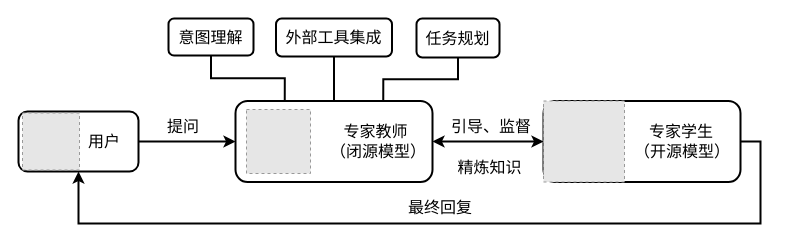
real-jiakai/draw keeps this draw.io diagram as diagrams/coordination_of_the_expert_teacher_model_and_the_expert_student_model.drawio. Above is the earlier version. Source tidied: cells renumbered, new cells numbered last; positions are measured from the earlier drawing's top-left corner, leaving out a move shared by most shapes. Both pictures are drawn from the tidied source at 100%, with x=0, y=0 at pixel (18, 18). Pictures stored in the file or linked from it are replaced by grey dashed boxes.
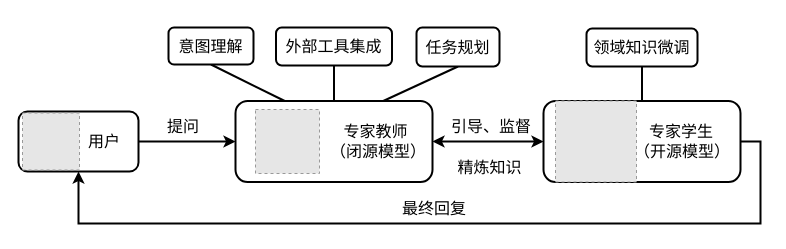
After the change.

The change refers to these unchanged cells:
```xml
<mxCell id="11" style="rounded=1;whiteSpace=wrap;html=1;strokeWidth=2;" parent="1" vertex="1">
  <mxGeometry x="525" y="82.5" width="197" height="81" as="geometry" />
</mxCell>
<mxCell id="13" style="rounded=1;whiteSpace=wrap;html=1;strokeWidth=2;" parent="1" vertex="1">
  <mxGeometry x="217" y="82.5" width="197" height="81" as="geometry" />
</mxCell>
```

Change to the diagram source:
```diff
@@
+    <mxCell id="27" style="rounded=1;whiteSpace=wrap;html=1;strokeWidth=2;" parent="1" vertex="1">
+      <mxGeometry x="568" y="10" width="111" height="38" as="geometry" />
+    </mxCell>
-    <mxCell id="2" style="edgeStyle=orthogonalEdgeStyle;rounded=0;jettySize=auto;html=1;exitX=0.5;exitY=1;exitDx=0;exitDy=0;entryX=0.75;entryY=0;entryDx=0;entryDy=0;endArrow=none;endFill=0;strokeWidth=2;" parent="1" edge="1" source="3" target="13">
+    <mxCell id="2" style="rounded=0;jettySize=auto;html=1;exitX=0.5;exitY=1;exitDx=0;exitDy=0;entryX=0.75;entryY=0;entryDx=0;entryDy=0;endArrow=none;endFill=0;strokeWidth=2;" parent="1" edge="1" source="3" target="13">
       <mxGeometry relative="1" as="geometry" />
     </mxCell>
     <mxCell id="3" style="rounded=1;whiteSpace=wrap;html=1;strokeWidth=2;" parent="1" vertex="1">
-      <mxGeometry x="398" width="83" height="39" as="geometry" />
+      <mxGeometry x="398" y="9" width="83" height="39" as="geometry" />
     </mxCell>
@@
     <mxCell id="5" style="rounded=1;whiteSpace=wrap;html=1;strokeWidth=2;" parent="1" vertex="1">
-      <mxGeometry x="257.5" width="116" height="38" as="geometry" />
+      <mxGeometry x="257.5" y="9" width="116" height="38" as="geometry" />
     </mxCell>
-    <mxCell id="6" style="edgeStyle=orthogonalEdgeStyle;rounded=0;jettySize=auto;html=1;exitX=0.5;exitY=1;exitDx=0;exitDy=0;entryX=0.25;entryY=0;entryDx=0;entryDy=0;endArrow=none;endFill=0;strokeWidth=2;" parent="1" edge="1" source="7" target="13">
+    <mxCell id="6" style="rounded=0;jettySize=auto;html=1;exitX=0.5;exitY=1;exitDx=0;exitDy=0;entryX=0.25;entryY=0;entryDx=0;entryDy=0;endArrow=none;endFill=0;strokeWidth=2;" parent="1" edge="1" source="7" target="13">
       <mxGeometry relative="1" as="geometry" />
     </mxCell>
     <mxCell id="7" style="rounded=1;whiteSpace=wrap;html=1;strokeWidth=2;" parent="1" vertex="1">
-      <mxGeometry x="150" width="85" height="37" as="geometry" />
+      <mxGeometry x="150" y="9" width="85" height="37" as="geometry" />
     </mxCell>
@@
+    <mxCell id="28" style="edgeStyle=orthogonalEdgeStyle;rounded=0;jettySize=auto;html=1;exitX=0.5;exitY=0;exitDx=0;exitDy=0;entryX=0.5;entryY=1;entryDx=0;entryDy=0;strokeWidth=2;endArrow=none;endFill=0;" parent="1" edge="1" source="11" target="27">
+      <mxGeometry relative="1" as="geometry" />
+    </mxCell>
@@
     <mxCell id="14" style="fillColor=#E6E6E6;strokeColor=#999999;dashed=1;verticalLabelPosition=bottom;labelBackgroundColor=default;verticalAlign=top;" parent="1" vertex="1">
-      <mxGeometry x="228" y="91" width="64" height="64" as="geometry" />
+      <mxGeometry x="237" y="91" width="64" height="64" as="geometry" />
     </mxCell>
     <mxCell id="15" style="fillColor=#E6E6E6;strokeColor=#999999;dashed=1;verticalLabelPosition=bottom;labelBackgroundColor=default;verticalAlign=top;" parent="1" vertex="1">
-      <mxGeometry x="525" y="82.5" width="81" height="81" as="geometry" />
+      <mxGeometry x="537" y="82.5" width="81" height="81" as="geometry" />
     </mxCell>
@@
     <mxCell id="20" value="&lt;span style=&quot;font-size: 16px;&quot;&gt;外部工具集成&lt;/span&gt;" style="text;html=1;align=center;verticalAlign=middle;whiteSpace=wrap;rounded=0;" parent="1" vertex="1">
-      <mxGeometry x="264" y="4" width="103" height="30" as="geometry" />
+      <mxGeometry x="264" y="13" width="103" height="30" as="geometry" />
     </mxCell>
     <mxCell id="21" value="&lt;span style=&quot;font-size: 16px;&quot;&gt;任务规划&lt;/span&gt;" style="text;html=1;align=center;verticalAlign=middle;whiteSpace=wrap;rounded=0;" parent="1" vertex="1">
-      <mxGeometry x="401" y="4.5" width="77" height="30" as="geometry" />
+      <mxGeometry x="401" y="13.5" width="77" height="30" as="geometry" />
     </mxCell>
     <mxCell id="22" value="&lt;span style=&quot;font-size: 16px;&quot;&gt;意图理解&lt;/span&gt;" style="text;html=1;align=center;verticalAlign=middle;whiteSpace=wrap;rounded=0;" parent="1" vertex="1">
-      <mxGeometry x="154" y="4" width="77" height="30" as="geometry" />
+      <mxGeometry x="154" y="13" width="77" height="30" as="geometry" />
     </mxCell>
@@
     <mxCell id="26" value="&lt;span style=&quot;font-size: 16px;&quot;&gt;最终回复&lt;/span&gt;" style="text;html=1;align=center;verticalAlign=middle;whiteSpace=wrap;rounded=0;" parent="1" vertex="1">
-      <mxGeometry x="383" y="174" width="78" height="30" as="geometry" />
+      <mxGeometry x="377" y="175" width="78" height="30" as="geometry" />
     </mxCell>
+    <mxCell id="29" value="&lt;span style=&quot;font-size: 16px;&quot;&gt;领域知识微调&lt;/span&gt;" style="text;html=1;align=center;verticalAlign=middle;whiteSpace=wrap;rounded=0;" parent="1" vertex="1">
+      <mxGeometry x="572" y="14" width="103" height="30" as="geometry" />
+    </mxCell>
```
